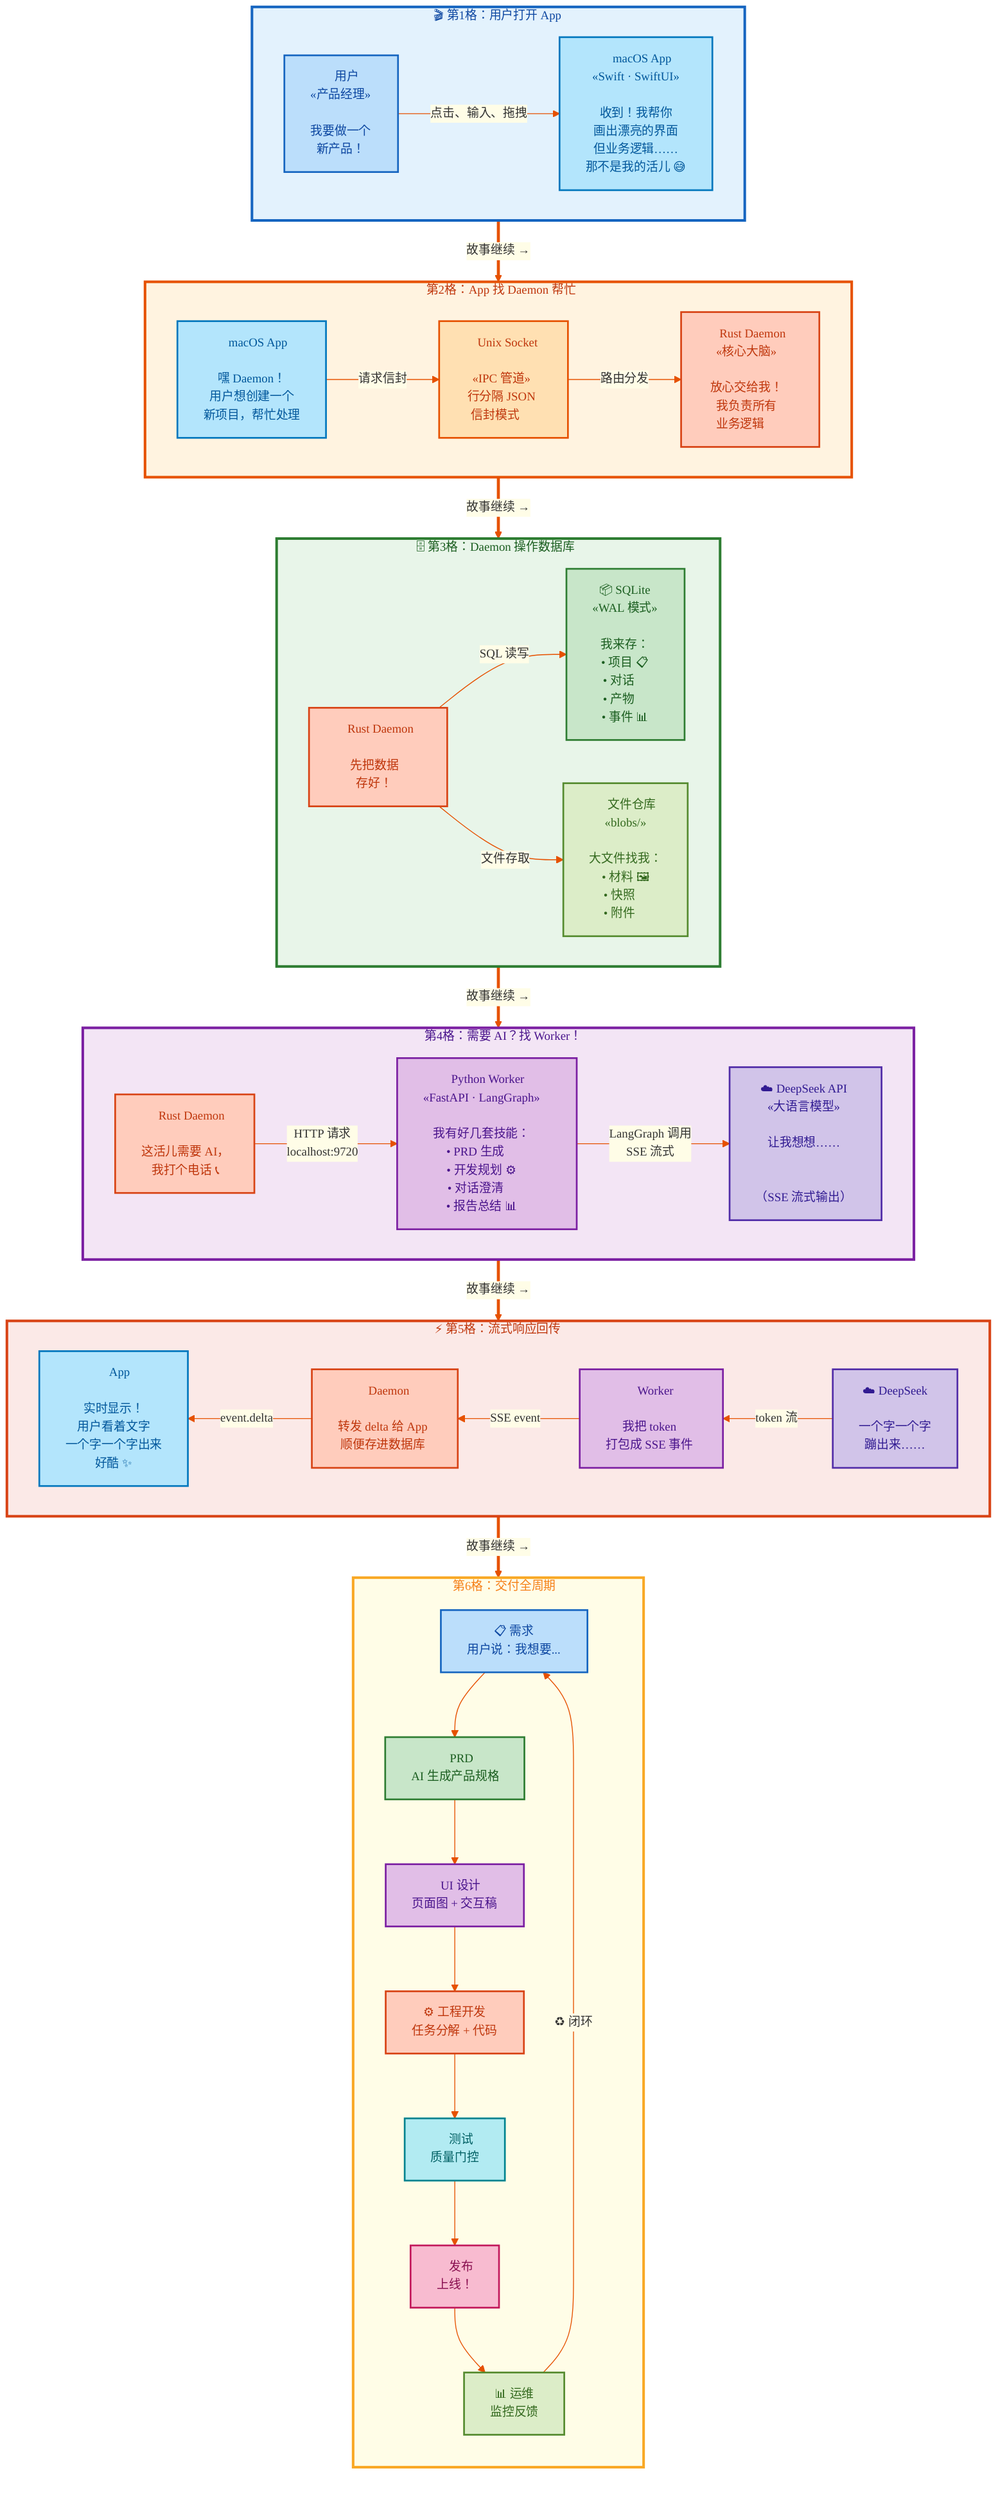
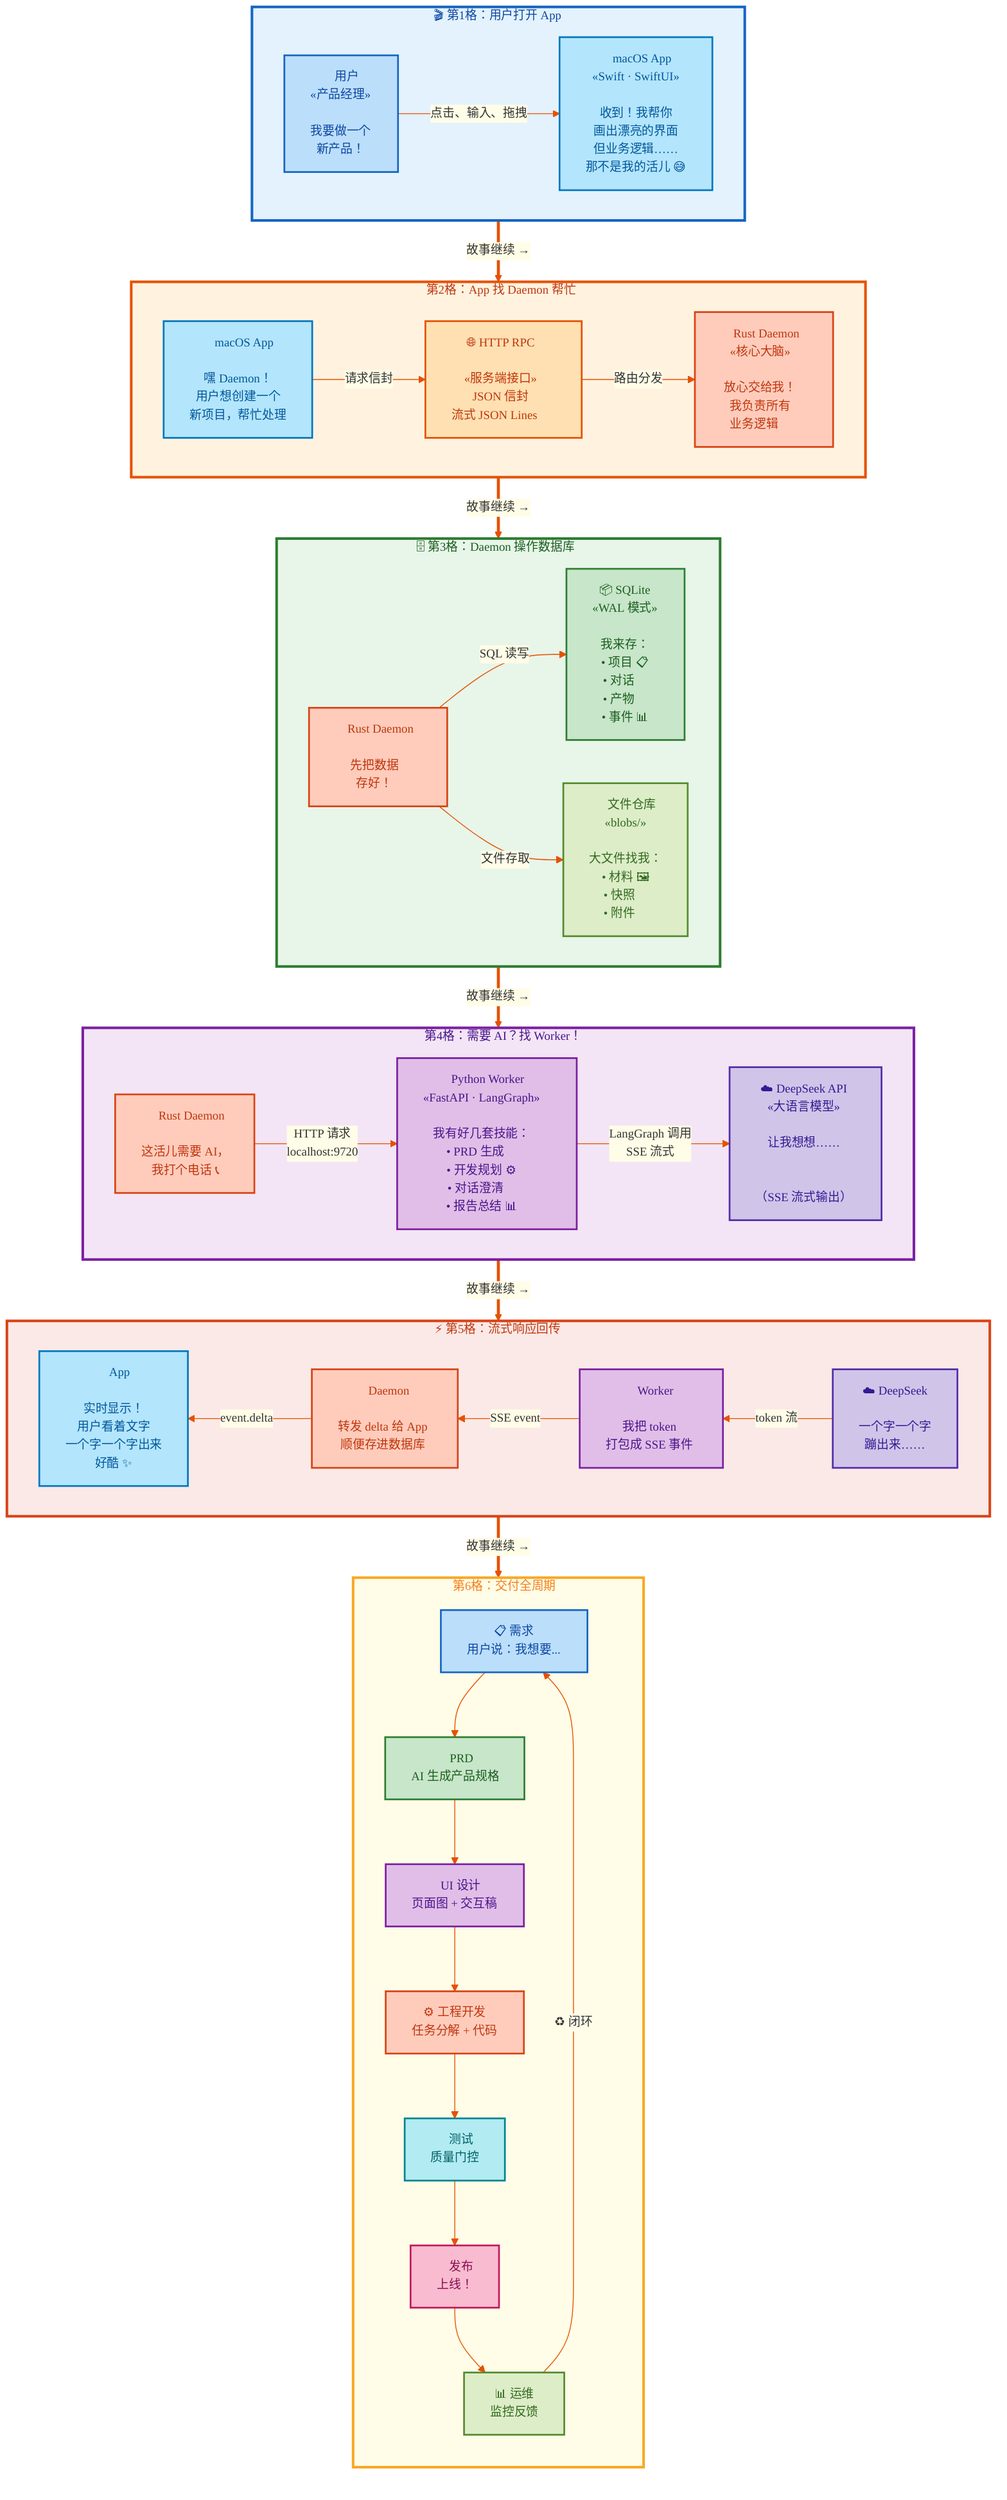
%%{init: {'theme': 'default', 'themeVariables': {'primaryColor': '#FFE082', 'primaryTextColor': '#1a1a2e', 'primaryBorderColor': '#FF6F00', 'lineColor': '#E65100', 'secondaryColor': '#FFCCBC', 'tertiaryColor': '#FFF9C4', 'background': '#FFFDE7', 'mainBkg': '#FFF3E0', 'nodeBorder': '#E65100', 'clusterBkg': '#FFF8E1', 'clusterBorder': '#FF8F00', 'titleColor': '#BF360C', 'edgeLabelBackground': '#FFFDE7', 'fontFamily': 'Comic Sans MS, cursive, sans-serif', 'fontSize': '14px'}}}%%
graph TB
    subgraph PANEL1["🎬 第1格：用户打开 App"]
        direction LR
        USER["👤 用户\n&laquo;产品经理&raquo;\n\n我要做一个\n新产品！"]
        APP["🍎 macOS App\n&laquo;Swift · SwiftUI&raquo;\n\n收到！我帮你\n画出漂亮的界面\n但业务逻辑……\n那不是我的活儿 😅"]
        USER -->|"点击、输入、拖拽"| APP
    end

    subgraph PANEL2["📡 第2格：App 找 Daemon 帮忙"]
        direction LR
        APP2["🍎 macOS App\n\n嘿 Daemon！\n用户想创建一个\n新项目，帮忙处理"]
-         PIPE["🔌 Unix Socket\n\n&laquo;IPC 管道&raquo;\n行分隔 JSON\n信封模式 📨"]
+         PIPE["🌐 HTTP RPC\n\n&laquo;服务端接口&raquo;\nJSON 信封\n流式 JSON Lines 📨"]
        DAEMON["🦀 Rust Daemon\n&laquo;核心大脑&raquo;\n\n放心交给我！\n我负责所有\n业务逻辑 💪"]
        APP2 -->|"请求信封"| PIPE
        PIPE -->|"路由分发"| DAEMON
    end

    subgraph PANEL3["🗄️ 第3格：Daemon 操作数据库"]
        direction LR
        DAEMON2["🦀 Rust Daemon\n\n先把数据\n存好！"]
        SQLITE["📦 SQLite\n&laquo;WAL 模式&raquo;\n\n我来存：\n• 项目 📋\n• 对话 💬\n• 产物 📄\n• 事件 📊"]
        BLOBS["📁 文件仓库\n&laquo;blobs/&raquo;\n\n大文件找我：\n• 材料 🖼️\n• 快照 📸\n• 附件 📎"]
        DAEMON2 -->|"SQL 读写"| SQLITE
        DAEMON2 -->|"文件存取"| BLOBS
    end

    subgraph PANEL4["🤖 第4格：需要 AI？找 Worker！"]
        direction LR
        DAEMON3["🦀 Rust Daemon\n\n这活儿需要 AI，\n我打个电话 📞"]
        WORKER["🐍 Python Worker\n&laquo;FastAPI · LangGraph&raquo;\n\n我有好几套技能：\n• PRD 生成 📝\n• 开发规划 ⚙️\n• 对话澄清 💭\n• 报告总结 📊"]
        DEEPSEEK["☁️ DeepSeek API\n&laquo;大语言模型&raquo;\n\n让我想想……\n🧠💭💡\n\n（SSE 流式输出）"]
        DAEMON3 -->|"HTTP 请求\nlocalhost:9720"| WORKER
        WORKER -->|"LangGraph 调用\nSSE 流式"| DEEPSEEK
    end

    subgraph PANEL5["⚡ 第5格：流式响应回传"]
        direction RL
        DS2["☁️ DeepSeek\n\n一个字一个字\n蹦出来……"]
        WK2["🐍 Worker\n\n我把 token\n打包成 SSE 事件"]
        DM2["🦀 Daemon\n\n转发 delta 给 App\n顺便存进数据库"]
        AP2["🍎 App\n\n实时显示！\n用户看着文字\n一个字一个字出来\n好酷 ✨"]
        DS2 -->|"token 流"| WK2
        WK2 -->|"SSE event"| DM2
        DM2 -->|"event.delta"| AP2
    end

    subgraph PANEL6["🎉 第6格：交付全周期"]
        direction TB
        C1["📋 需求\n用户说：我想要..."]
        C2["📝 PRD\nAI 生成产品规格"]
        C3["🎨 UI 设计\n页面图 + 交互稿"]
        C4["⚙️ 工程开发\n任务分解 + 代码"]
        C5["🧪 测试\n质量门控"]
        C6["🚀 发布\n上线！"]
        C7["📊 运维\n监控反馈"]
        C1 --> C2 --> C3 --> C4 --> C5 --> C6 --> C7
        C7 -->|"♻️ 闭环"| C1
    end

    PANEL1 ==>|"故事继续 →"| PANEL2
    PANEL2 ==>|"故事继续 →"| PANEL3
    PANEL3 ==>|"故事继续 →"| PANEL4
    PANEL4 ==>|"故事继续 →"| PANEL5
    PANEL5 ==>|"故事继续 →"| PANEL6

    style PANEL1 fill:#E3F2FD,stroke:#1565C0,stroke-width:3px,color:#0D47A1
    style PANEL2 fill:#FFF3E0,stroke:#E65100,stroke-width:3px,color:#BF360C
    style PANEL3 fill:#E8F5E9,stroke:#2E7D32,stroke-width:3px,color:#1B5E20
    style PANEL4 fill:#F3E5F5,stroke:#7B1FA2,stroke-width:3px,color:#4A148C
    style PANEL5 fill:#FBE9E7,stroke:#D84315,stroke-width:3px,color:#BF360C
    style PANEL6 fill:#FFFDE7,stroke:#F9A825,stroke-width:3px,color:#F57F17

    style USER fill:#BBDEFB,stroke:#1565C0,stroke-width:2px,color:#0D47A1
    style APP fill:#B3E5FC,stroke:#0277BD,stroke-width:2px,color:#01579B
    style APP2 fill:#B3E5FC,stroke:#0277BD,stroke-width:2px,color:#01579B
    style PIPE fill:#FFE0B2,stroke:#E65100,stroke-width:2px,color:#BF360C
    style DAEMON fill:#FFCCBC,stroke:#D84315,stroke-width:2px,color:#BF360C
    style DAEMON2 fill:#FFCCBC,stroke:#D84315,stroke-width:2px,color:#BF360C
    style DAEMON3 fill:#FFCCBC,stroke:#D84315,stroke-width:2px,color:#BF360C
    style SQLITE fill:#C8E6C9,stroke:#2E7D32,stroke-width:2px,color:#1B5E20
    style BLOBS fill:#DCEDC8,stroke:#558B2F,stroke-width:2px,color:#33691E
    style WORKER fill:#E1BEE7,stroke:#7B1FA2,stroke-width:2px,color:#4A148C
    style DEEPSEEK fill:#D1C4E9,stroke:#512DA8,stroke-width:2px,color:#311B92
    style DS2 fill:#D1C4E9,stroke:#512DA8,stroke-width:2px,color:#311B92
    style WK2 fill:#E1BEE7,stroke:#7B1FA2,stroke-width:2px,color:#4A148C
    style DM2 fill:#FFCCBC,stroke:#D84315,stroke-width:2px,color:#BF360C
    style AP2 fill:#B3E5FC,stroke:#0277BD,stroke-width:2px,color:#01579B

    style C1 fill:#BBDEFB,stroke:#1565C0,stroke-width:2px,color:#0D47A1
    style C2 fill:#C8E6C9,stroke:#2E7D32,stroke-width:2px,color:#1B5E20
    style C3 fill:#E1BEE7,stroke:#7B1FA2,stroke-width:2px,color:#4A148C
    style C4 fill:#FFCCBC,stroke:#D84315,stroke-width:2px,color:#BF360C
    style C5 fill:#B2EBF2,stroke:#00838F,stroke-width:2px,color:#006064
    style C6 fill:#F8BBD0,stroke:#C2185B,stroke-width:2px,color:#880E4F
    style C7 fill:#DCEDC8,stroke:#558B2F,stroke-width:2px,color:#33691E
